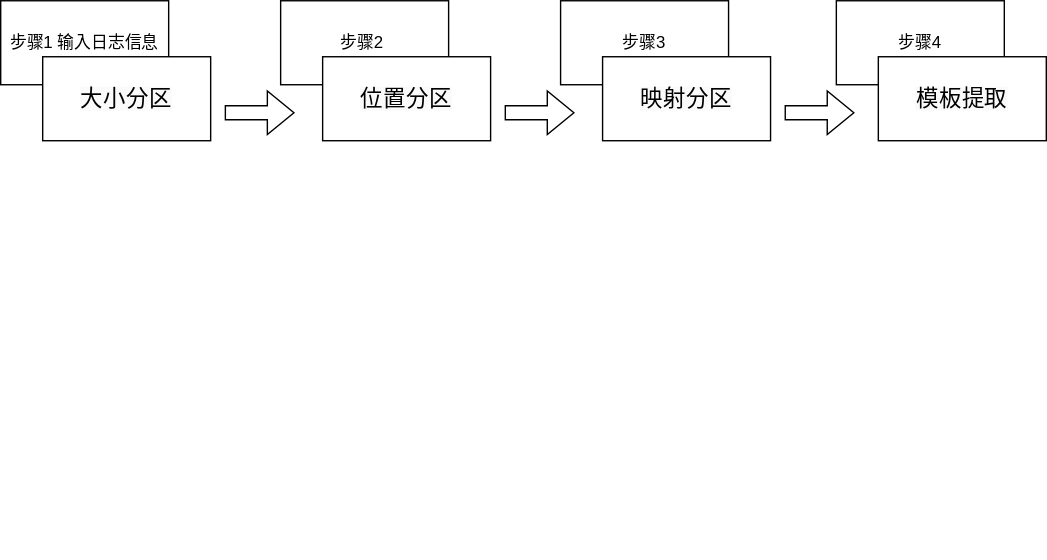
Before: 赵晴1.drawio.svg, a diagram exported from draw.io (Ech0zr/liuchengtu). Source tidied: cells renumbered, new cells last; positions are measured from the earlier drawing's top-left corner, leaving out a move shared by most shapes.
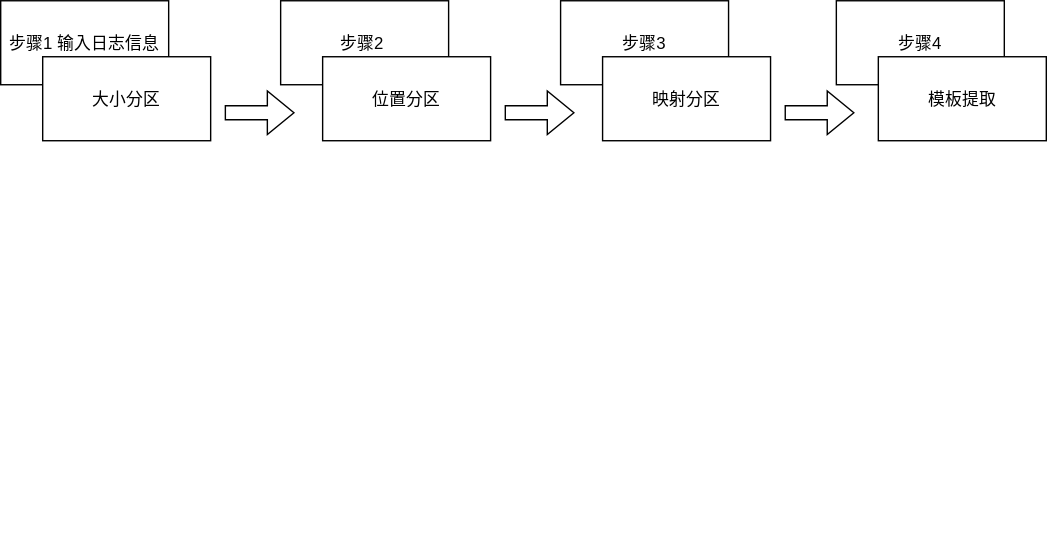
Later version of the same file.

The edit, as a diff of the source:
```diff
@@ -2,46 +2,46 @@
   <root>
     <mxCell id="0" />
     <mxCell id="1" parent="0" />
-    <mxCell id="2" value="步骤1 输入日志信息" style="rounded=0;whiteSpace=wrap;html=1;" parent="1" vertex="1">
+    <mxCell id="2" value="步骤1 输入日志信息" style="rounded=0;" parent="1" vertex="1">
       <mxGeometry width="120" height="60" as="geometry" />
     </mxCell>
-    <mxCell id="3" value="&lt;span style=&quot;font-family: , , &amp;#34;segoe ui&amp;#34; , &amp;#34;roboto&amp;#34; , &amp;#34;helvetica&amp;#34; , &amp;#34;arial&amp;#34; , sans-serif , &amp;#34;apple color emoji&amp;#34; , &amp;#34;segoe ui emoji&amp;#34; ; font-size: medium ; letter-spacing: 0.32px ; background-color: rgb(250 , 250 , 250)&quot;&gt;大小分区&lt;/span&gt;" style="rounded=0;whiteSpace=wrap;html=1;" parent="1" vertex="1">
+    <mxCell id="3" value="大小分区" style="rounded=0;" parent="1" vertex="1">
       <mxGeometry x="30" y="40" width="120" height="60" as="geometry" />
     </mxCell>
     <mxCell id="4" value="&#10;&#10;&lt;span style=&quot;color: rgba(0, 0, 0, 0); font-family: monospace; font-size: 0px; font-style: normal; font-weight: 400; letter-spacing: normal; text-indent: 0px; text-transform: none; word-spacing: 0px; background-color: rgb(248, 249, 250); display: inline; float: none;&quot;&gt;&amp;nbsp;&lt;/span&gt;&#10;&#10;" style="text;whiteSpace=wrap;html=1;" parent="1" vertex="1">
       <mxGeometry x="340" y="320" width="30" height="30" as="geometry" />
     </mxCell>
-    <mxCell id="5" value="步骤2&amp;nbsp;" style="rounded=0;whiteSpace=wrap;html=1;" parent="1" vertex="1">
+    <mxCell id="5" value="步骤2 " style="rounded=0;" parent="1" vertex="1">
       <mxGeometry x="200" width="120" height="60" as="geometry" />
     </mxCell>
-    <mxCell id="6" value="&lt;span style=&quot;font-family: , , &amp;#34;segoe ui&amp;#34; , &amp;#34;roboto&amp;#34; , &amp;#34;helvetica&amp;#34; , &amp;#34;arial&amp;#34; , sans-serif , &amp;#34;apple color emoji&amp;#34; , &amp;#34;segoe ui emoji&amp;#34; ; font-size: medium ; letter-spacing: 0.32px ; background-color: rgb(250 , 250 , 250)&quot;&gt;位置分区&lt;/span&gt;" style="rounded=0;whiteSpace=wrap;html=1;" parent="1" vertex="1">
+    <mxCell id="6" value="位置分区" style="rounded=0;" parent="1" vertex="1">
       <mxGeometry x="230" y="40" width="120" height="60" as="geometry" />
     </mxCell>
-    <mxCell id="7" value="步骤3" style="rounded=0;whiteSpace=wrap;html=1;" parent="1" vertex="1">
+    <mxCell id="7" value="步骤3" style="rounded=0;" parent="1" vertex="1">
       <mxGeometry x="400" width="120" height="60" as="geometry" />
     </mxCell>
-    <mxCell id="8" value="&lt;span style=&quot;font-family: , , &amp;#34;segoe ui&amp;#34; , &amp;#34;roboto&amp;#34; , &amp;#34;helvetica&amp;#34; , &amp;#34;arial&amp;#34; , sans-serif , &amp;#34;apple color emoji&amp;#34; , &amp;#34;segoe ui emoji&amp;#34; ; font-size: medium ; letter-spacing: 0.32px ; background-color: rgb(250 , 250 , 250)&quot;&gt;映射分区&lt;/span&gt;" style="rounded=0;whiteSpace=wrap;html=1;" parent="1" vertex="1">
+    <mxCell id="8" value="映射分区" style="rounded=0;" parent="1" vertex="1">
       <mxGeometry x="430" y="40" width="120" height="60" as="geometry" />
     </mxCell>
-    <mxCell id="9" value="步骤4" style="rounded=0;whiteSpace=wrap;html=1;" parent="1" vertex="1">
+    <mxCell id="9" value="步骤4" style="rounded=0;" parent="1" vertex="1">
       <mxGeometry x="597" width="120" height="60" as="geometry" />
     </mxCell>
-    <mxCell id="10" value="&lt;span style=&quot;font-family: , , &amp;#34;segoe ui&amp;#34; , &amp;#34;roboto&amp;#34; , &amp;#34;helvetica&amp;#34; , &amp;#34;arial&amp;#34; , sans-serif , &amp;#34;apple color emoji&amp;#34; , &amp;#34;segoe ui emoji&amp;#34; ; font-size: medium ; letter-spacing: 0.32px ; background-color: rgb(250 , 250 , 250)&quot;&gt;模板提取&lt;/span&gt;" style="rounded=0;whiteSpace=wrap;html=1;" parent="1" vertex="1">
+    <mxCell id="10" value="模板提取" style="rounded=0;" parent="1" vertex="1">
       <mxGeometry x="627" y="40" width="120" height="60" as="geometry" />
     </mxCell>
-    <mxCell id="11" style="shape=flexArrow;endArrow=classic;html=1;rounded=0;" parent="1" edge="1">
+    <mxCell id="11" style="shape=flexArrow;endArrow=classic;rounded=0;" parent="1" edge="1">
       <mxGeometry relative="1" as="geometry">
         <mxPoint x="160" y="80" as="sourcePoint" />
         <mxPoint x="210" y="80" as="targetPoint" />
       </mxGeometry>
     </mxCell>
-    <mxCell id="12" style="shape=flexArrow;endArrow=classic;html=1;rounded=0;" parent="1" edge="1">
+    <mxCell id="12" style="shape=flexArrow;endArrow=classic;rounded=0;" parent="1" edge="1">
       <mxGeometry relative="1" as="geometry">
         <mxPoint x="360" y="80" as="sourcePoint" />
         <mxPoint x="410" y="80" as="targetPoint" />
       </mxGeometry>
     </mxCell>
-    <mxCell id="13" style="shape=flexArrow;endArrow=classic;html=1;rounded=0;" parent="1" edge="1">
+    <mxCell id="13" style="shape=flexArrow;endArrow=classic;rounded=0;" parent="1" edge="1">
       <mxGeometry relative="1" as="geometry">
         <mxPoint x="560" y="80" as="sourcePoint" />
         <mxPoint x="610" y="80" as="targetPoint" />
```
